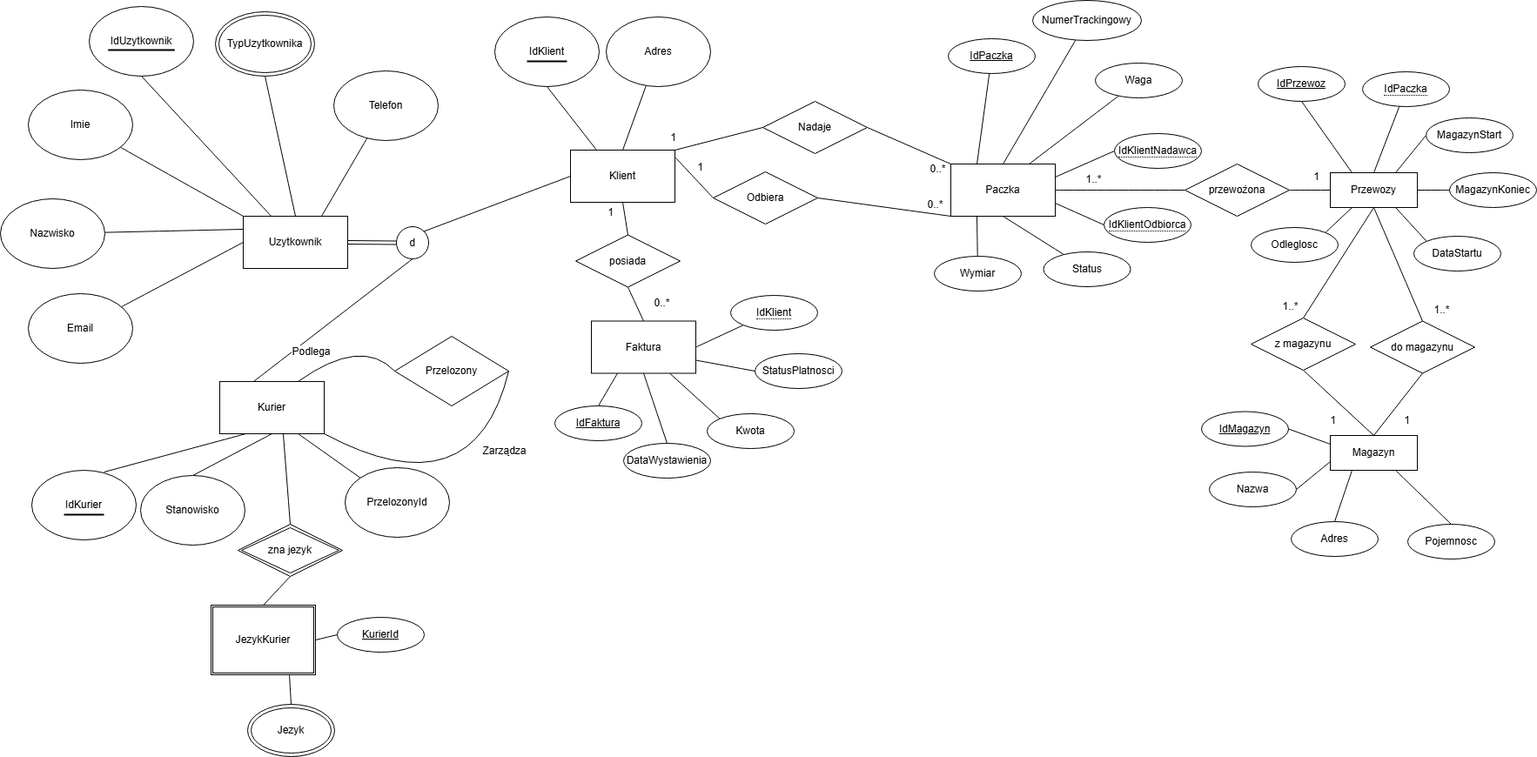
This is chen.drawio.png from Maruda111/P.Bazy, a draw.io export, as it was before one commit. Source tidied: cells renumbered, new cells last; positions are measured from the earlier drawing's top-left corner, leaving out a move shared by most shapes.
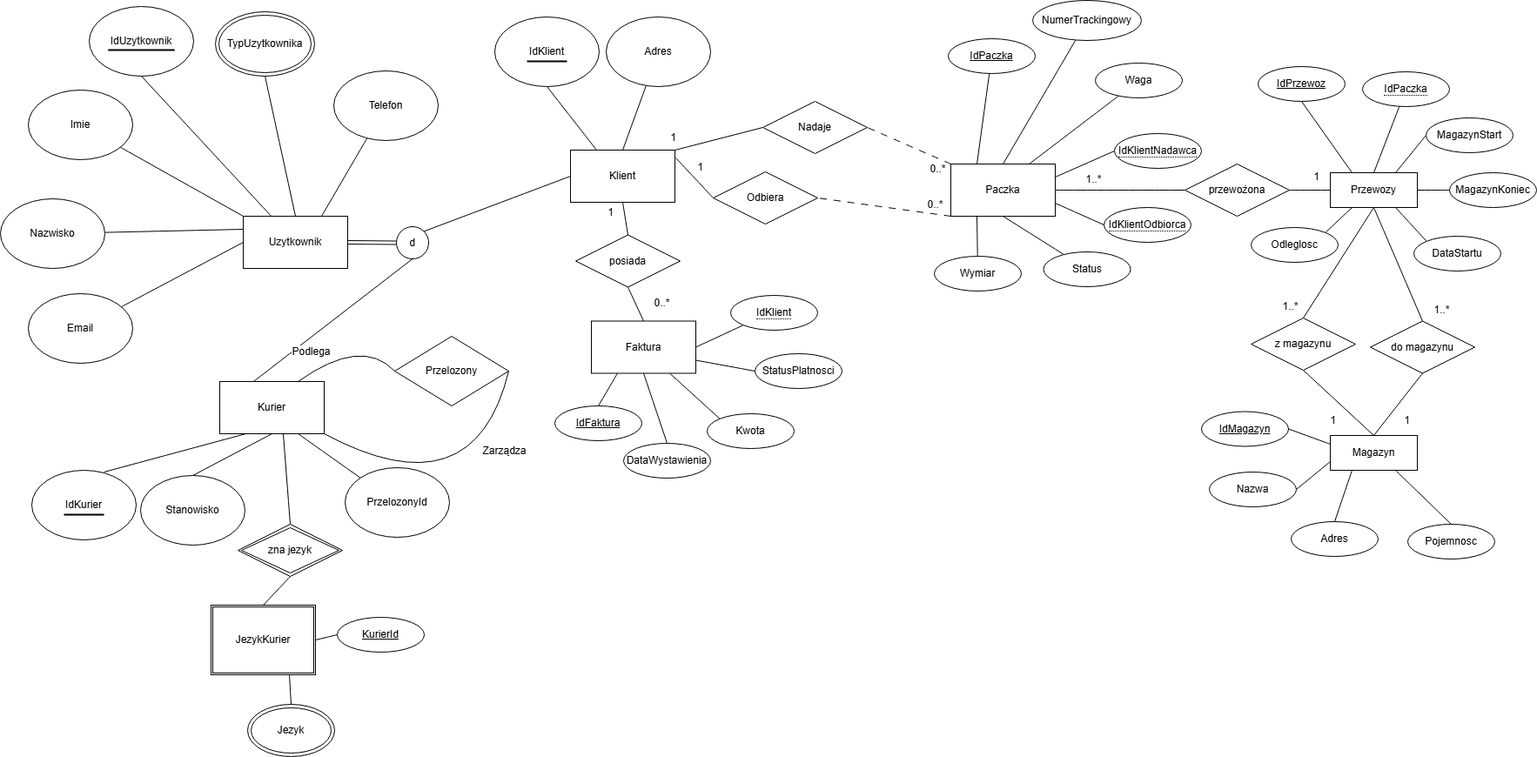
Above is the later version.

Diff of the diagram source:
```diff
@@ -121,10 +121,10 @@
     <mxCell id="38" value="Adres" style="ellipse;whiteSpace=wrap;html=1;fontFamily=Helvetica;fontSize=12;fontColor=default;labelBackgroundColor=default;" parent="1" vertex="1">
       <mxGeometry x="696" y="19" width="120" height="80" as="geometry" />
     </mxCell>
-    <mxCell id="39" style="edgeStyle=none;shape=connector;curved=1;rounded=0;jettySize=auto;html=1;exitX=0;exitY=0;exitDx=0;exitDy=0;entryX=1;entryY=0.5;entryDx=0;entryDy=0;strokeColor=default;align=center;verticalAlign=middle;fontFamily=Helvetica;fontSize=12;fontColor=default;labelBackgroundColor=default;startSize=8;endArrow=none;endFill=0;endSize=8;" parent="1" edge="1" source="44" target="58">
+    <mxCell id="39" style="edgeStyle=none;shape=connector;curved=1;rounded=0;jettySize=auto;html=1;exitX=0;exitY=0;exitDx=0;exitDy=0;entryX=1;entryY=0.5;entryDx=0;entryDy=0;strokeColor=default;align=center;verticalAlign=middle;fontFamily=Helvetica;fontSize=12;fontColor=default;labelBackgroundColor=default;startSize=8;endArrow=none;endFill=0;endSize=8;dashed=1;dashPattern=8 8;" parent="1" edge="1" source="44" target="58">
       <mxGeometry relative="1" as="geometry" />
     </mxCell>
-    <mxCell id="40" style="edgeStyle=none;shape=connector;curved=1;rounded=0;jettySize=auto;html=1;exitX=0;exitY=1;exitDx=0;exitDy=0;entryX=1;entryY=0.5;entryDx=0;entryDy=0;strokeColor=default;align=center;verticalAlign=middle;fontFamily=Helvetica;fontSize=12;fontColor=default;labelBackgroundColor=default;startSize=8;endArrow=none;endFill=0;endSize=8;" parent="1" edge="1" source="44" target="60">
+    <mxCell id="40" style="edgeStyle=none;shape=connector;curved=1;rounded=0;jettySize=auto;html=1;exitX=0;exitY=1;exitDx=0;exitDy=0;entryX=1;entryY=0.5;entryDx=0;entryDy=0;strokeColor=default;align=center;verticalAlign=middle;fontFamily=Helvetica;fontSize=12;fontColor=default;labelBackgroundColor=default;startSize=8;endArrow=none;endFill=0;endSize=8;dashed=1;dashPattern=8 8;" parent="1" edge="1" source="44" target="60">
       <mxGeometry relative="1" as="geometry" />
     </mxCell>
     <mxCell id="41" style="edgeStyle=none;shape=connector;curved=1;rounded=0;jettySize=auto;html=1;exitX=1;exitY=0.25;exitDx=0;exitDy=0;entryX=0;entryY=0.5;entryDx=0;entryDy=0;strokeColor=default;align=center;verticalAlign=middle;fontFamily=Helvetica;fontSize=12;fontColor=default;labelBackgroundColor=default;startSize=8;endArrow=none;endFill=0;endSize=8;" parent="1" edge="1" source="44" target="83">
```
